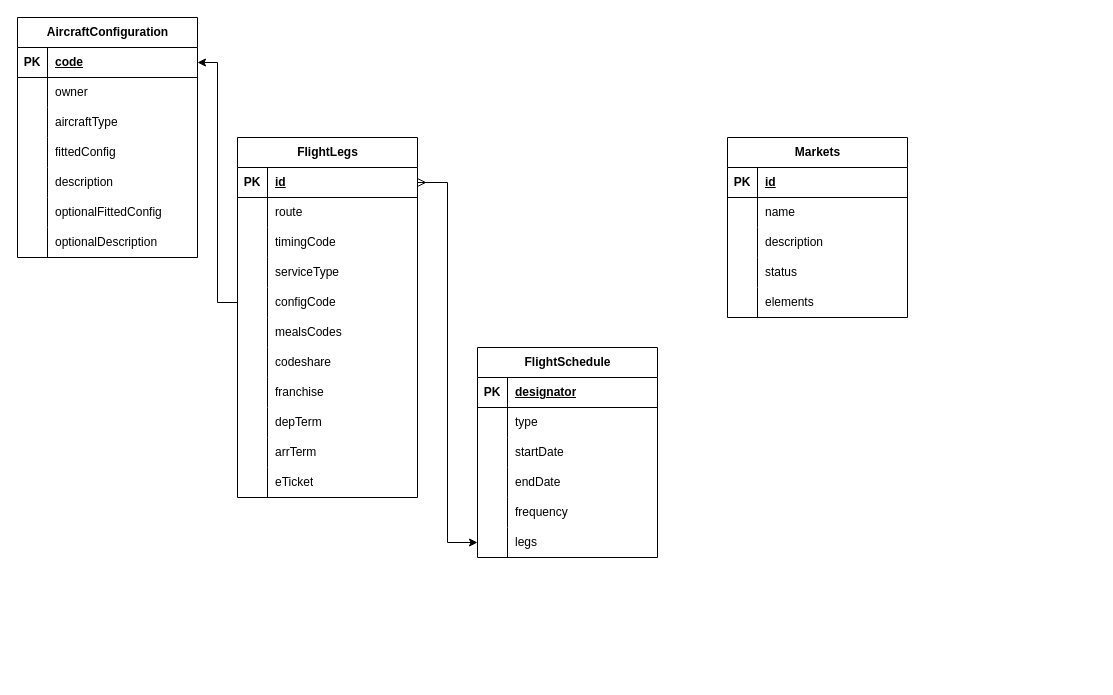
Above: inventory.drawio in code-ashwin-m/database-design (draw.io), before the change. Source tidied: cells renumbered, new cells numbered last; positions are measured from the earlier drawing's top-left corner, leaving out a move shared by most shapes. Both pictures are drawn from the tidied source at 100%, with x=0, y=0 at pixel (17, 17).
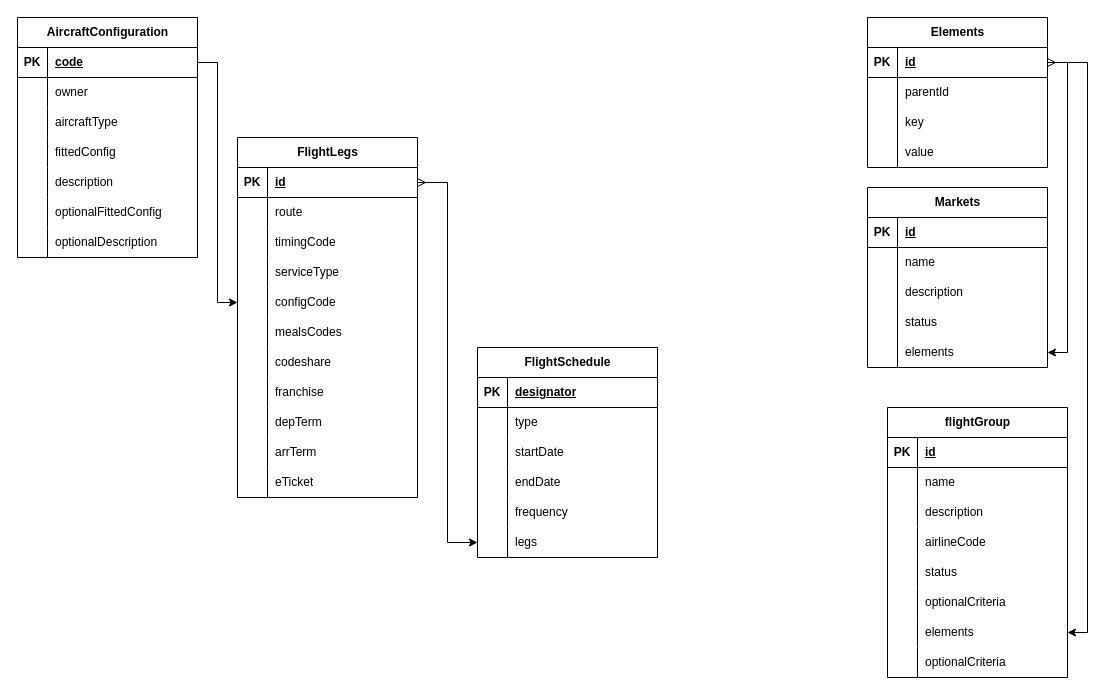
The same diagram, later.

The change refers to these unchanged cells:
```xml
<mxCell id="3" style="shape=tableRow;horizontal=0;startSize=0;swimlaneHead=0;swimlaneBody=0;fillColor=none;points=[[0,0.5],[1,0.5]];portConstraint=eastwest;top=0;left=0;right=0;bottom=1;" parent="2" vertex="1">
  <mxGeometry y="30" width="180" height="30" as="geometry" />
</mxCell>
<mxCell id="56" style="shape=tableRow;horizontal=0;startSize=0;swimlaneHead=0;swimlaneBody=0;fillColor=none;points=[[0,0.5],[1,0.5]];portConstraint=eastwest;top=0;left=0;right=0;bottom=0;" parent="43" vertex="1">
  <mxGeometry y="150" width="180" height="30" as="geometry" />
</mxCell>
<mxCell id="92" style="shape=tableRow;horizontal=0;startSize=0;swimlaneHead=0;swimlaneBody=0;fillColor=none;points=[[0,0.5],[1,0.5]];portConstraint=eastwest;top=0;left=0;right=0;bottom=0;" parent="79" vertex="1">
  <mxGeometry y="150" width="180" height="30" as="geometry" />
</mxCell>
```

Diff of the diagram source:
```diff
@@
-    <mxCell id="78" style="edgeStyle=orthogonalEdgeStyle;rounded=0;jettySize=auto;html=1;" parent="1" edge="1" source="56" target="3">
-      <mxGeometry relative="1" as="geometry" />
-    </mxCell>
     <mxCell id="79" value="Markets" style="shape=table;startSize=30;childLayout=tableLayout;rowLines=0;fontStyle=1;align=center;html=1;" parent="1" vertex="1">
-      <mxGeometry x="710" y="120" width="180" height="180" as="geometry" />
+      <mxGeometry x="850" y="170" width="180" height="180" as="geometry" />
     </mxCell>
@@
+    <mxCell id="95" value="Elements" style="shape=table;startSize=30;childLayout=tableLayout;rowLines=0;fontStyle=1;align=center;html=1;" parent="1" vertex="1">
+      <mxGeometry x="850" width="180" height="150" as="geometry" />
+    </mxCell>
+    <mxCell id="96" style="shape=tableRow;horizontal=0;startSize=0;swimlaneHead=0;swimlaneBody=0;fillColor=none;points=[[0,0.5],[1,0.5]];portConstraint=eastwest;top=0;left=0;right=0;bottom=1;" parent="95" vertex="1">
+      <mxGeometry y="30" width="180" height="30" as="geometry" />
+    </mxCell>
+    <mxCell id="97" value="PK" style="shape=partialRectangle;fillColor=none;top=0;left=0;bottom=0;right=0;fontStyle=1;overflow=hidden;whiteSpace=wrap;html=1;" parent="96" vertex="1">
+      <mxGeometry width="30" height="30" as="geometry" />
+    </mxCell>
+    <mxCell id="98" value="id" style="shape=partialRectangle;fillColor=none;top=0;left=0;bottom=0;right=0;align=left;spacingLeft=6;fontStyle=5;overflow=hidden;whiteSpace=wrap;html=1;" parent="96" vertex="1">
+      <mxGeometry x="30" width="150" height="30" as="geometry" />
+    </mxCell>
+    <mxCell id="99" style="shape=tableRow;horizontal=0;startSize=0;swimlaneHead=0;swimlaneBody=0;fillColor=none;top=0;left=0;right=0;bottom=0;" parent="95" vertex="1">
+      <mxGeometry y="60" width="180" height="30" as="geometry" />
+    </mxCell>
+    <mxCell id="100" style="shape=partialRectangle;fillColor=none;top=0;left=0;bottom=0;right=0;overflow=hidden;whiteSpace=wrap;html=1;" parent="99" vertex="1">
+      <mxGeometry width="30" height="30" as="geometry" />
+    </mxCell>
+    <mxCell id="101" value="parentId" style="shape=partialRectangle;fillColor=none;top=0;left=0;bottom=0;right=0;align=left;spacingLeft=6;overflow=hidden;whiteSpace=wrap;html=1;" parent="99" vertex="1">
+      <mxGeometry x="30" width="150" height="30" as="geometry" />
+    </mxCell>
+    <mxCell id="102" style="shape=tableRow;horizontal=0;startSize=0;swimlaneHead=0;swimlaneBody=0;fillColor=none;top=0;left=0;right=0;bottom=0;" parent="95" vertex="1">
+      <mxGeometry y="90" width="180" height="30" as="geometry" />
+    </mxCell>
+    <mxCell id="103" style="shape=partialRectangle;fillColor=none;top=0;left=0;bottom=0;right=0;overflow=hidden;whiteSpace=wrap;html=1;" parent="102" vertex="1">
+      <mxGeometry width="30" height="30" as="geometry" />
+    </mxCell>
+    <mxCell id="104" value="key" style="shape=partialRectangle;fillColor=none;top=0;left=0;bottom=0;right=0;align=left;spacingLeft=6;overflow=hidden;whiteSpace=wrap;html=1;" parent="102" vertex="1">
+      <mxGeometry x="30" width="150" height="30" as="geometry" />
+    </mxCell>
+    <mxCell id="105" style="shape=tableRow;horizontal=0;startSize=0;swimlaneHead=0;swimlaneBody=0;fillColor=none;top=0;left=0;right=0;bottom=0;" parent="95" vertex="1">
+      <mxGeometry y="120" width="180" height="30" as="geometry" />
+    </mxCell>
+    <mxCell id="106" style="shape=partialRectangle;fillColor=none;top=0;left=0;bottom=0;right=0;overflow=hidden;whiteSpace=wrap;html=1;" parent="105" vertex="1">
+      <mxGeometry width="30" height="30" as="geometry" />
+    </mxCell>
+    <mxCell id="107" value="value" style="shape=partialRectangle;fillColor=none;top=0;left=0;bottom=0;right=0;align=left;spacingLeft=6;overflow=hidden;whiteSpace=wrap;html=1;" parent="105" vertex="1">
+      <mxGeometry x="30" width="150" height="30" as="geometry" />
+    </mxCell>
+    <mxCell id="108" style="edgeStyle=orthogonalEdgeStyle;rounded=0;jettySize=auto;html=1;entryX=1;entryY=0.5;entryDx=0;entryDy=0;startArrow=ERmany;startFill=0;exitX=1;exitY=0.5;exitDx=0;exitDy=0;" parent="1" edge="1" source="96" target="92">
+      <mxGeometry relative="1" as="geometry" />
+    </mxCell>
+    <mxCell id="109" style="edgeStyle=orthogonalEdgeStyle;rounded=0;jettySize=auto;html=1;exitX=1;exitY=0.5;exitDx=0;exitDy=0;" parent="1" edge="1" source="3" target="56">
+      <mxGeometry relative="1" as="geometry" />
+    </mxCell>
+    <mxCell id="110" value="flightGroup" style="shape=table;startSize=30;childLayout=tableLayout;rowLines=0;fontStyle=1;align=center;html=1;" parent="1" vertex="1">
+      <mxGeometry x="870" y="390" width="180" height="270" as="geometry" />
+    </mxCell>
+    <mxCell id="111" style="shape=tableRow;horizontal=0;startSize=0;swimlaneHead=0;swimlaneBody=0;fillColor=none;top=0;left=0;right=0;bottom=1;" parent="110" vertex="1">
+      <mxGeometry y="30" width="180" height="30" as="geometry" />
+    </mxCell>
+    <mxCell id="112" value="PK" style="shape=partialRectangle;fillColor=none;top=0;left=0;bottom=0;right=0;fontStyle=1;overflow=hidden;whiteSpace=wrap;html=1;" parent="111" vertex="1">
+      <mxGeometry width="30" height="30" as="geometry" />
+    </mxCell>
+    <mxCell id="113" value="id" style="shape=partialRectangle;fillColor=none;top=0;left=0;bottom=0;right=0;align=left;spacingLeft=6;fontStyle=5;overflow=hidden;whiteSpace=wrap;html=1;" parent="111" vertex="1">
+      <mxGeometry x="30" width="150" height="30" as="geometry" />
+    </mxCell>
+    <mxCell id="114" style="shape=tableRow;horizontal=0;startSize=0;swimlaneHead=0;swimlaneBody=0;fillColor=none;top=0;left=0;right=0;bottom=0;" parent="110" vertex="1">
+      <mxGeometry y="60" width="180" height="30" as="geometry" />
+    </mxCell>
+    <mxCell id="115" style="shape=partialRectangle;fillColor=none;top=0;left=0;bottom=0;right=0;overflow=hidden;whiteSpace=wrap;html=1;" parent="114" vertex="1">
+      <mxGeometry width="30" height="30" as="geometry" />
+    </mxCell>
+    <mxCell id="116" value="name" style="shape=partialRectangle;fillColor=none;top=0;left=0;bottom=0;right=0;align=left;spacingLeft=6;overflow=hidden;whiteSpace=wrap;html=1;" parent="114" vertex="1">
+      <mxGeometry x="30" width="150" height="30" as="geometry" />
+    </mxCell>
+    <mxCell id="117" style="shape=tableRow;horizontal=0;startSize=0;swimlaneHead=0;swimlaneBody=0;fillColor=none;top=0;left=0;right=0;bottom=0;" parent="110" vertex="1">
+      <mxGeometry y="90" width="180" height="30" as="geometry" />
+    </mxCell>
+    <mxCell id="118" style="shape=partialRectangle;fillColor=none;top=0;left=0;bottom=0;right=0;overflow=hidden;whiteSpace=wrap;html=1;" parent="117" vertex="1">
+      <mxGeometry width="30" height="30" as="geometry" />
+    </mxCell>
+    <mxCell id="119" value="description" style="shape=partialRectangle;fillColor=none;top=0;left=0;bottom=0;right=0;align=left;spacingLeft=6;overflow=hidden;whiteSpace=wrap;html=1;" parent="117" vertex="1">
+      <mxGeometry x="30" width="150" height="30" as="geometry" />
+    </mxCell>
+    <mxCell id="120" style="shape=tableRow;horizontal=0;startSize=0;swimlaneHead=0;swimlaneBody=0;fillColor=none;top=0;left=0;right=0;bottom=0;" parent="110" vertex="1">
+      <mxGeometry y="120" width="180" height="30" as="geometry" />
+    </mxCell>
+    <mxCell id="121" style="shape=partialRectangle;fillColor=none;top=0;left=0;bottom=0;right=0;overflow=hidden;whiteSpace=wrap;html=1;" parent="120" vertex="1">
+      <mxGeometry width="30" height="30" as="geometry" />
+    </mxCell>
+    <mxCell id="122" value="airlineCode" style="shape=partialRectangle;fillColor=none;top=0;left=0;bottom=0;right=0;align=left;spacingLeft=6;overflow=hidden;whiteSpace=wrap;html=1;" parent="120" vertex="1">
+      <mxGeometry x="30" width="150" height="30" as="geometry" />
+    </mxCell>
+    <mxCell id="123" style="shape=tableRow;horizontal=0;startSize=0;swimlaneHead=0;swimlaneBody=0;fillColor=none;top=0;left=0;right=0;bottom=0;" parent="110" vertex="1">
+      <mxGeometry y="150" width="180" height="30" as="geometry" />
+    </mxCell>
+    <mxCell id="124" style="shape=partialRectangle;fillColor=none;top=0;left=0;bottom=0;right=0;overflow=hidden;whiteSpace=wrap;html=1;" parent="123" vertex="1">
+      <mxGeometry width="30" height="30" as="geometry" />
+    </mxCell>
+    <mxCell id="125" value="status" style="shape=partialRectangle;fillColor=none;top=0;left=0;bottom=0;right=0;align=left;spacingLeft=6;overflow=hidden;whiteSpace=wrap;html=1;" parent="123" vertex="1">
+      <mxGeometry x="30" width="150" height="30" as="geometry" />
+    </mxCell>
+    <mxCell id="126" style="shape=tableRow;horizontal=0;startSize=0;swimlaneHead=0;swimlaneBody=0;fillColor=none;top=0;left=0;right=0;bottom=0;" parent="110" vertex="1">
+      <mxGeometry y="180" width="180" height="30" as="geometry" />
+    </mxCell>
+    <mxCell id="127" style="shape=partialRectangle;fillColor=none;top=0;left=0;bottom=0;right=0;overflow=hidden;whiteSpace=wrap;html=1;" parent="126" vertex="1">
+      <mxGeometry width="30" height="30" as="geometry" />
+    </mxCell>
+    <mxCell id="128" value="optionalCriteria" style="shape=partialRectangle;fillColor=none;top=0;left=0;bottom=0;right=0;align=left;spacingLeft=6;overflow=hidden;whiteSpace=wrap;html=1;" parent="126" vertex="1">
+      <mxGeometry x="30" width="150" height="30" as="geometry" />
+    </mxCell>
+    <mxCell id="129" style="shape=tableRow;horizontal=0;startSize=0;swimlaneHead=0;swimlaneBody=0;fillColor=none;points=[[0,0.5],[1,0.5]];portConstraint=eastwest;top=0;left=0;right=0;bottom=0;" parent="110" vertex="1">
+      <mxGeometry y="210" width="180" height="30" as="geometry" />
+    </mxCell>
+    <mxCell id="130" style="shape=partialRectangle;fillColor=none;top=0;left=0;bottom=0;right=0;overflow=hidden;whiteSpace=wrap;html=1;" parent="129" vertex="1">
+      <mxGeometry width="30" height="30" as="geometry" />
+    </mxCell>
+    <mxCell id="131" value="elements" style="shape=partialRectangle;fillColor=none;top=0;left=0;bottom=0;right=0;align=left;spacingLeft=6;overflow=hidden;whiteSpace=wrap;html=1;" parent="129" vertex="1">
+      <mxGeometry x="30" width="150" height="30" as="geometry" />
+    </mxCell>
+    <mxCell id="132" style="shape=tableRow;horizontal=0;startSize=0;swimlaneHead=0;swimlaneBody=0;fillColor=none;top=0;left=0;right=0;bottom=0;" parent="110" vertex="1">
+      <mxGeometry y="240" width="180" height="30" as="geometry" />
+    </mxCell>
+    <mxCell id="133" style="shape=partialRectangle;fillColor=none;top=0;left=0;bottom=0;right=0;overflow=hidden;whiteSpace=wrap;html=1;" parent="132" vertex="1">
+      <mxGeometry width="30" height="30" as="geometry" />
+    </mxCell>
+    <mxCell id="134" value="optionalCriteria" style="shape=partialRectangle;fillColor=none;top=0;left=0;bottom=0;right=0;align=left;spacingLeft=6;overflow=hidden;whiteSpace=wrap;html=1;" parent="132" vertex="1">
+      <mxGeometry x="30" width="150" height="30" as="geometry" />
+    </mxCell>
+    <mxCell id="135" style="edgeStyle=orthogonalEdgeStyle;rounded=0;jettySize=auto;html=1;entryX=1;entryY=0.5;entryDx=0;entryDy=0;" parent="1" edge="1" source="96" target="129">
+      <mxGeometry relative="1" as="geometry" />
+    </mxCell>
```
